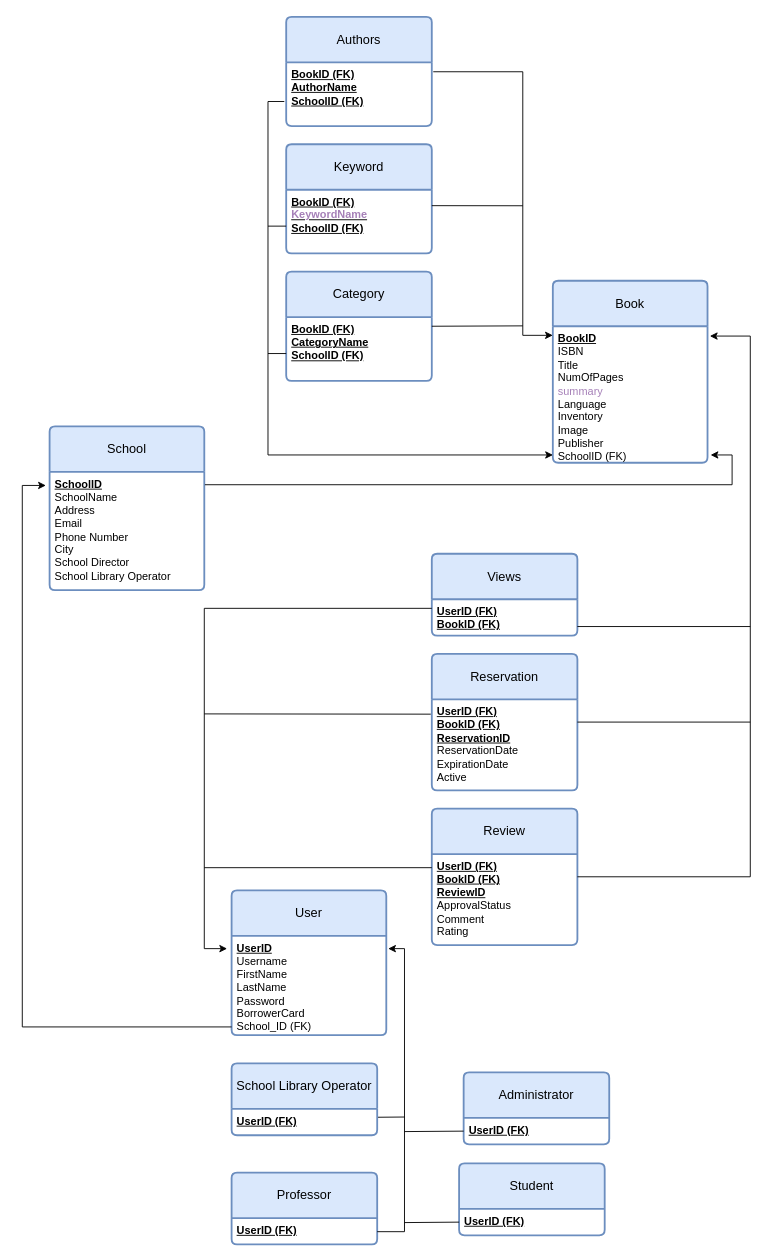
Earlier version of the draw.io diagram diagrams/Prosxedio-relational.drawio (ntua-el19877/Databases). Source tidied: cells renumbered, new cells numbered last; positions are measured from the earlier drawing's top-left corner, leaving out a move shared by most shapes. Both pictures are drawn from the tidied source at 91%, with x=0, y=0 at pixel (22, 16).
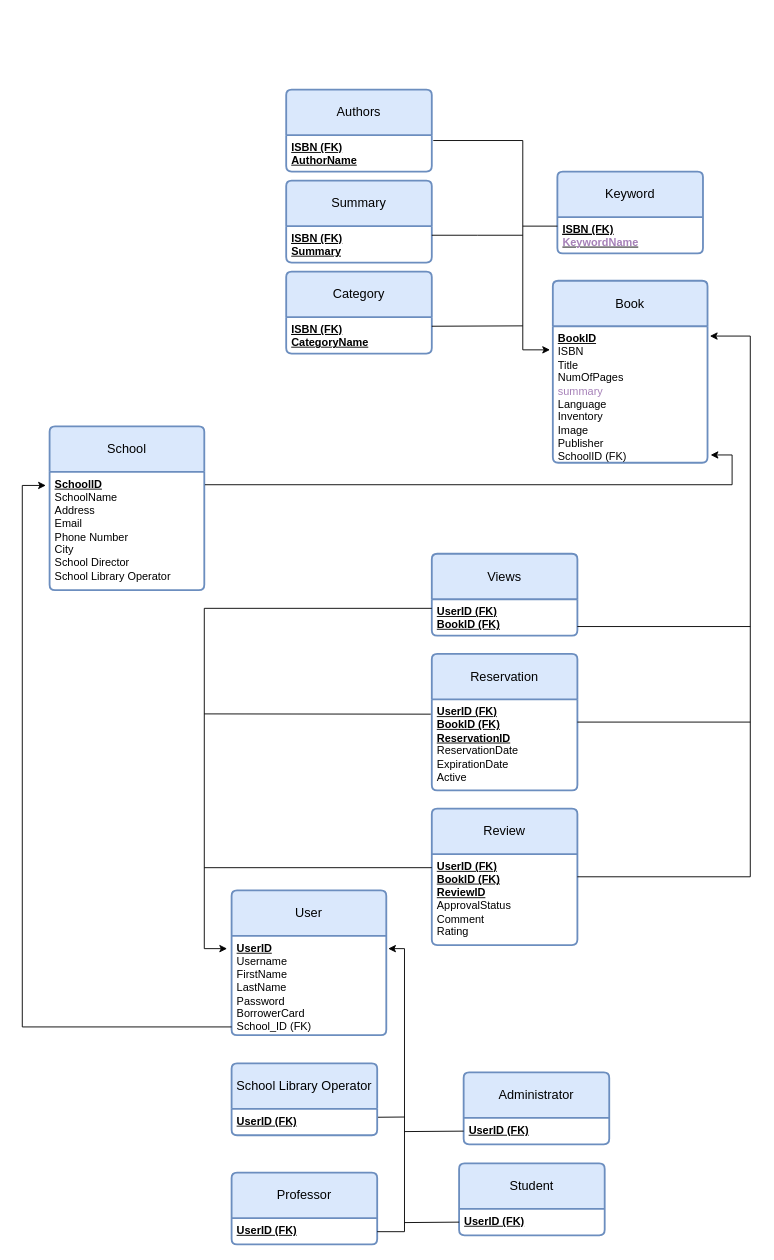
Above is the later version.

The change refers to these unchanged cells:
```xml
<mxCell id="5" value="&lt;b&gt;&lt;u&gt;BookID&lt;/u&gt;&lt;br&gt;&lt;/b&gt;ISBN&lt;br&gt;Title&lt;br&gt;NumOfPages&lt;br&gt;&lt;font color=&quot;#a680b8&quot;&gt;summary&lt;/font&gt;&lt;br&gt;Language&lt;br&gt;Inventory&lt;br&gt;Image&lt;br&gt;Publisher&lt;br&gt;SchoolID (FK)" style="align=left;strokeColor=none;fillColor=none;spacingLeft=4;fontSize=12;verticalAlign=top;html=1;" parent="4" vertex="1">
  <mxGeometry y="50" width="170" height="150" as="geometry" />
</mxCell>
```

Change to the diagram source:
```diff
@@
     <mxCell id="6" value="Keyword" style="swimlane;horizontal=1;startSize=50;rounded=1;fontSize=14;fontStyle=0;strokeWidth=2;shadow=0;dashed=0;align=center;arcSize=4;whiteSpace=wrap;html=1;fillColor=#dae8fc;strokeColor=#6c8ebf;" parent="1" vertex="1">
-      <mxGeometry x="290" y="140" width="160" height="120" as="geometry" />
+      <mxGeometry x="588" y="170" width="160" height="90" as="geometry" />
     </mxCell>
-    <mxCell id="7" value="&lt;b style=&quot;border-color: var(--border-color);&quot;&gt;&lt;u style=&quot;border-color: var(--border-color);&quot;&gt;BookID (FK)&lt;/u&gt;&lt;/b&gt;&lt;br style=&quot;border-color: var(--border-color);&quot;&gt;&lt;b style=&quot;border-color: var(--border-color);&quot;&gt;&lt;u style=&quot;border-color: var(--border-color);&quot;&gt;&lt;font color=&quot;#a680b8&quot;&gt;KeywordName&lt;/font&gt;&lt;br style=&quot;border-color: var(--border-color);&quot;&gt;&lt;/u&gt;&lt;/b&gt;&lt;b style=&quot;border-color: var(--border-color);&quot;&gt;&lt;u style=&quot;border-color: var(--border-color);&quot;&gt;SchoolID (FK)&lt;/u&gt;&lt;/b&gt;&lt;b&gt;&lt;u&gt;&lt;br&gt;&lt;/u&gt;&lt;/b&gt;" style="align=left;strokeColor=none;fillColor=none;spacingLeft=4;fontSize=12;verticalAlign=top;html=1;" parent="6" vertex="1">
-      <mxGeometry y="50" width="160" height="70" as="geometry" />
+    <mxCell id="7" value="&lt;b style=&quot;border-color: var(--border-color);&quot;&gt;&lt;u style=&quot;border-color: var(--border-color);&quot;&gt;&lt;b style=&quot;border-color: var(--border-color);&quot;&gt;&lt;u style=&quot;border-color: var(--border-color);&quot;&gt;&lt;b style=&quot;border-color: var(--border-color);&quot;&gt;&lt;u style=&quot;border-color: var(--border-color);&quot;&gt;ISBN (FK)&lt;/u&gt;&lt;/b&gt;&lt;br style=&quot;border-color: var(--border-color); font-weight: 400;&quot;&gt;&lt;/u&gt;&lt;/b&gt;&lt;font color=&quot;#a680b8&quot;&gt;KeywordName&lt;/font&gt;&lt;br style=&quot;border-color: var(--border-color);&quot;&gt;&lt;/u&gt;&lt;/b&gt;&lt;b&gt;&lt;u&gt;&lt;br&gt;&lt;/u&gt;&lt;/b&gt;" style="align=left;strokeColor=none;fillColor=none;spacingLeft=4;fontSize=12;verticalAlign=top;html=1;" parent="6" vertex="1">
+      <mxGeometry y="50" width="160" height="40" as="geometry" />
     </mxCell>
     <mxCell id="8" value="Category" style="swimlane;horizontal=1;startSize=50;rounded=1;fontSize=14;fontStyle=0;strokeWidth=2;shadow=0;dashed=0;align=center;arcSize=4;whiteSpace=wrap;html=1;fillColor=#dae8fc;strokeColor=#6c8ebf;" parent="1" vertex="1">
-      <mxGeometry x="290" y="280" width="160" height="120" as="geometry" />
+      <mxGeometry x="290" y="280" width="160" height="90" as="geometry" />
     </mxCell>
-    <mxCell id="9" value="&lt;b style=&quot;border-color: var(--border-color);&quot;&gt;&lt;u style=&quot;border-color: var(--border-color);&quot;&gt;BookID (FK)&lt;/u&gt;&lt;/b&gt;&lt;br style=&quot;border-color: var(--border-color);&quot;&gt;&lt;b style=&quot;border-color: var(--border-color);&quot;&gt;&lt;u style=&quot;border-color: var(--border-color);&quot;&gt;CategoryName&lt;br style=&quot;border-color: var(--border-color);&quot;&gt;&lt;/u&gt;&lt;/b&gt;&lt;b style=&quot;border-color: var(--border-color);&quot;&gt;&lt;u style=&quot;border-color: var(--border-color);&quot;&gt;SchoolID (FK)&lt;/u&gt;&lt;/b&gt;&lt;b&gt;&lt;u&gt;&lt;br&gt;&lt;/u&gt;&lt;/b&gt;" style="align=left;strokeColor=none;fillColor=none;spacingLeft=4;fontSize=12;verticalAlign=top;html=1;" parent="8" vertex="1">
-      <mxGeometry y="50" width="160" height="70" as="geometry" />
+    <mxCell id="9" value="&lt;b style=&quot;border-color: var(--border-color);&quot;&gt;&lt;u style=&quot;border-color: var(--border-color);&quot;&gt;&lt;b style=&quot;border-color: var(--border-color);&quot;&gt;&lt;u style=&quot;border-color: var(--border-color);&quot;&gt;ISBN (FK)&lt;/u&gt;&lt;/b&gt;&lt;br style=&quot;border-color: var(--border-color); font-weight: 400;&quot;&gt;CategoryName&lt;br style=&quot;border-color: var(--border-color);&quot;&gt;&lt;/u&gt;&lt;/b&gt;&lt;b&gt;&lt;u&gt;&lt;br&gt;&lt;/u&gt;&lt;/b&gt;" style="align=left;strokeColor=none;fillColor=none;spacingLeft=4;fontSize=12;verticalAlign=top;html=1;" parent="8" vertex="1">
+      <mxGeometry y="50" width="160" height="40" as="geometry" />
     </mxCell>
     <mxCell id="10" value="Authors" style="swimlane;horizontal=1;startSize=50;rounded=1;fontSize=14;fontStyle=0;strokeWidth=2;shadow=0;dashed=0;align=center;arcSize=4;whiteSpace=wrap;html=1;fillColor=#dae8fc;strokeColor=#6c8ebf;" parent="1" vertex="1">
-      <mxGeometry x="290" width="160" height="120" as="geometry" />
+      <mxGeometry x="290" y="80" width="160" height="90" as="geometry" />
     </mxCell>
-    <mxCell id="11" value="&lt;b&gt;&lt;u&gt;BookID (FK)&lt;/u&gt;&lt;/b&gt;&lt;br&gt;&lt;b&gt;&lt;u&gt;AuthorName&lt;br&gt;&lt;/u&gt;&lt;/b&gt;&lt;b style=&quot;border-color: var(--border-color);&quot;&gt;&lt;u style=&quot;border-color: var(--border-color);&quot;&gt;SchoolID (FK)&lt;/u&gt;&lt;/b&gt;" style="align=left;strokeColor=none;fillColor=none;spacingLeft=4;fontSize=12;verticalAlign=top;html=1;" parent="10" vertex="1">
-      <mxGeometry y="50" width="160" height="70" as="geometry" />
+    <mxCell id="11" value="&lt;b&gt;&lt;u&gt;ISBN (FK)&lt;/u&gt;&lt;/b&gt;&lt;br&gt;&lt;b&gt;&lt;u&gt;AuthorName&lt;/u&gt;&lt;/b&gt;" style="align=left;strokeColor=none;fillColor=none;spacingLeft=4;fontSize=12;verticalAlign=top;html=1;" parent="10" vertex="1">
+      <mxGeometry y="50" width="160" height="40" as="geometry" />
     </mxCell>
@@
-    <mxCell id="39" style="edgeStyle=elbowEdgeStyle;jettySize=auto;html=1;rounded=0;exitX=1.01;exitY=0.148;exitDx=0;exitDy=0;exitPerimeter=0;" parent="1" edge="1" source="11">
+    <mxCell id="39" style="edgeStyle=elbowEdgeStyle;jettySize=auto;html=1;rounded=0;exitX=1.01;exitY=0.148;exitDx=0;exitDy=0;exitPerimeter=0;entryX=-0.018;entryY=0.173;entryDx=0;entryDy=0;entryPerimeter=0;" parent="1" edge="1" source="11" target="5">
       <mxGeometry relative="1" as="geometry">
-        <mxPoint x="583" y="350" as="targetPoint" />
         <Array as="points">
+          <mxPoint x="550" y="370" />
           <mxPoint x="550" y="210" />
           <mxPoint x="553" y="270" />
         </Array>
       </mxGeometry>
     </mxCell>
@@
-    <mxCell id="41" style="edgeStyle=elbowEdgeStyle;jettySize=auto;html=1;rounded=0;endArrow=none;endFill=0;exitX=0.001;exitY=0.943;exitDx=0;exitDy=0;exitPerimeter=0;startArrow=classic;startFill=1;entryX=-0.013;entryY=0.615;entryDx=0;entryDy=0;entryPerimeter=0;" parent="1" edge="1" source="5" target="11">
-      <mxGeometry relative="1" as="geometry">
-        <Array as="points">
-          <mxPoint x="270" y="100" />
-          <mxPoint x="270" y="370" />
-          <mxPoint x="230" y="350" />
-        </Array>
-      </mxGeometry>
-    </mxCell>
-    <mxCell id="42" style="edgeStyle=none;orthogonalLoop=1;jettySize=auto;html=1;rounded=0;endArrow=none;endFill=0;" parent="1" edge="1">
-      <mxGeometry relative="1" as="geometry">
-        <mxPoint x="270" y="230" as="sourcePoint" />
-        <mxPoint x="290" y="230" as="targetPoint" />
-      </mxGeometry>
-    </mxCell>
-    <mxCell id="43" style="edgeStyle=none;orthogonalLoop=1;jettySize=auto;html=1;rounded=0;endArrow=none;endFill=0;" parent="1" edge="1">
-      <mxGeometry relative="1" as="geometry">
-        <mxPoint x="270" y="370" as="sourcePoint" />
-        <mxPoint x="290" y="370" as="targetPoint" />
-      </mxGeometry>
-    </mxCell>
-    <mxCell id="44" style="rounded=0;jettySize=auto;html=1;exitX=1;exitY=0.25;exitDx=0;exitDy=0;endArrow=none;endFill=0;" parent="1" edge="1" source="7">
-      <mxGeometry relative="1" as="geometry">
-        <mxPoint x="550" y="207.6" as="targetPoint" />
-      </mxGeometry>
-    </mxCell>
@@
+    <mxCell id="46" value="Summary" style="swimlane;horizontal=1;startSize=50;rounded=1;fontSize=14;fontStyle=0;strokeWidth=2;shadow=0;dashed=0;align=center;arcSize=4;whiteSpace=wrap;html=1;fillColor=#dae8fc;strokeColor=#6c8ebf;" parent="1" vertex="1">
+      <mxGeometry x="290" y="180" width="160" height="90" as="geometry" />
+    </mxCell>
+    <mxCell id="47" value="&lt;b style=&quot;border-color: var(--border-color);&quot;&gt;&lt;u style=&quot;border-color: var(--border-color);&quot;&gt;&lt;b style=&quot;border-color: var(--border-color);&quot;&gt;&lt;u style=&quot;border-color: var(--border-color);&quot;&gt;ISBN (FK)&lt;/u&gt;&lt;/b&gt;&lt;br style=&quot;border-color: var(--border-color); font-weight: 400;&quot;&gt;&lt;/u&gt;&lt;/b&gt;&lt;b&gt;&lt;u&gt;Summary&lt;br&gt;&lt;/u&gt;&lt;/b&gt;" style="align=left;strokeColor=none;fillColor=none;spacingLeft=4;fontSize=12;verticalAlign=top;html=1;" parent="46" vertex="1">
+      <mxGeometry y="50" width="160" height="40" as="geometry" />
+    </mxCell>
+    <mxCell id="48" style="edgeStyle=orthogonalEdgeStyle;rounded=0;jettySize=auto;html=1;exitX=1;exitY=0.25;exitDx=0;exitDy=0;endArrow=none;endFill=0;" parent="1" edge="1" source="47">
+      <mxGeometry relative="1" as="geometry">
+        <mxPoint x="550" y="240" as="targetPoint" />
+      </mxGeometry>
+    </mxCell>
+    <mxCell id="49" style="edgeStyle=orthogonalEdgeStyle;rounded=0;jettySize=auto;html=1;exitX=0;exitY=0.25;exitDx=0;exitDy=0;endArrow=none;endFill=0;" parent="1" edge="1" source="7">
+      <mxGeometry relative="1" as="geometry">
+        <mxPoint x="550" y="230" as="targetPoint" />
+      </mxGeometry>
+    </mxCell>
```
